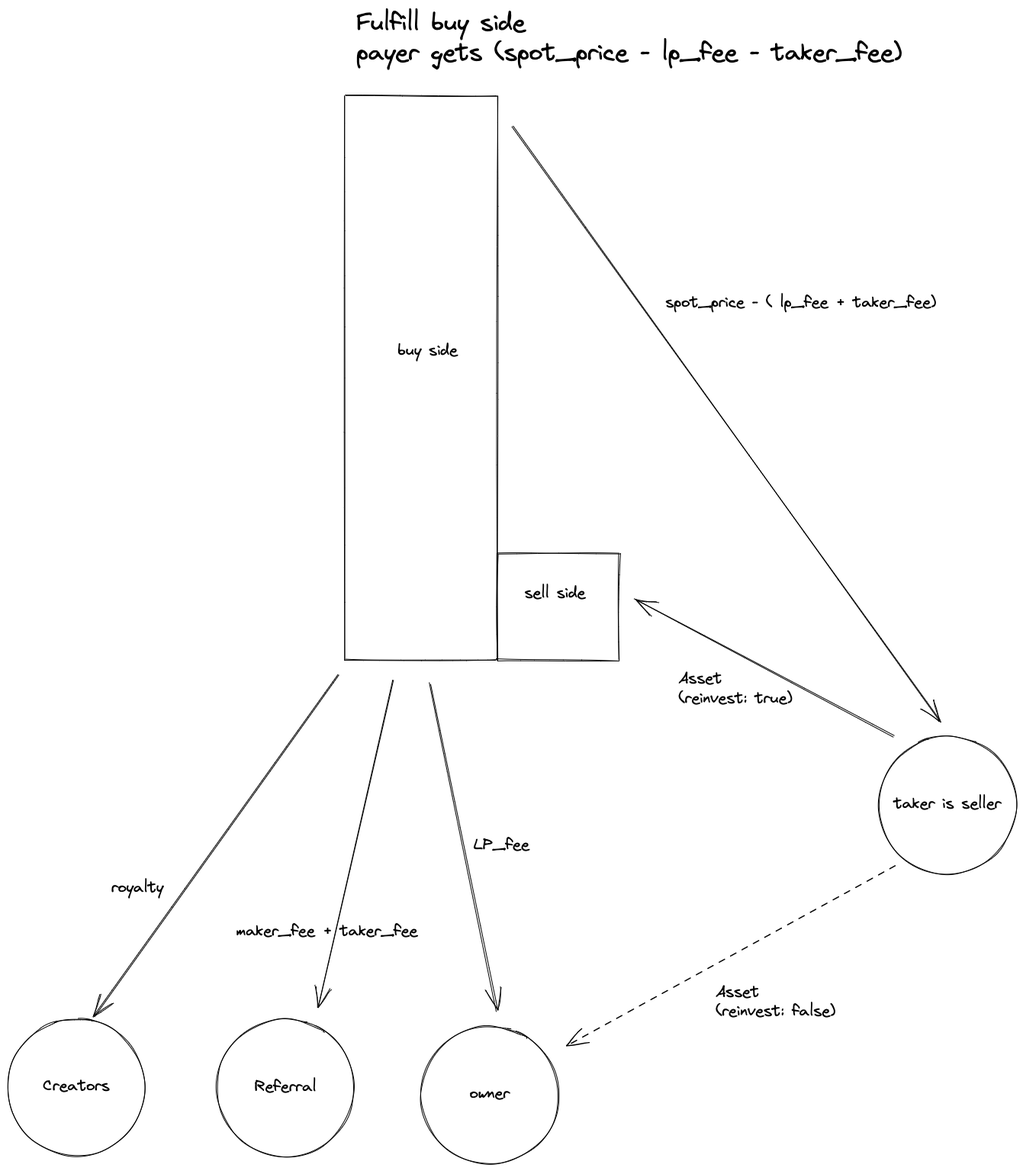
The Excalidraw diagram docs/fulfill_buy.excalidraw.png in me-foundation/mmm, before a commit. Source tidied: one line per element, renumbered; positions are measured from the earlier drawing's top-left corner, leaving out a move shared by most shapes.
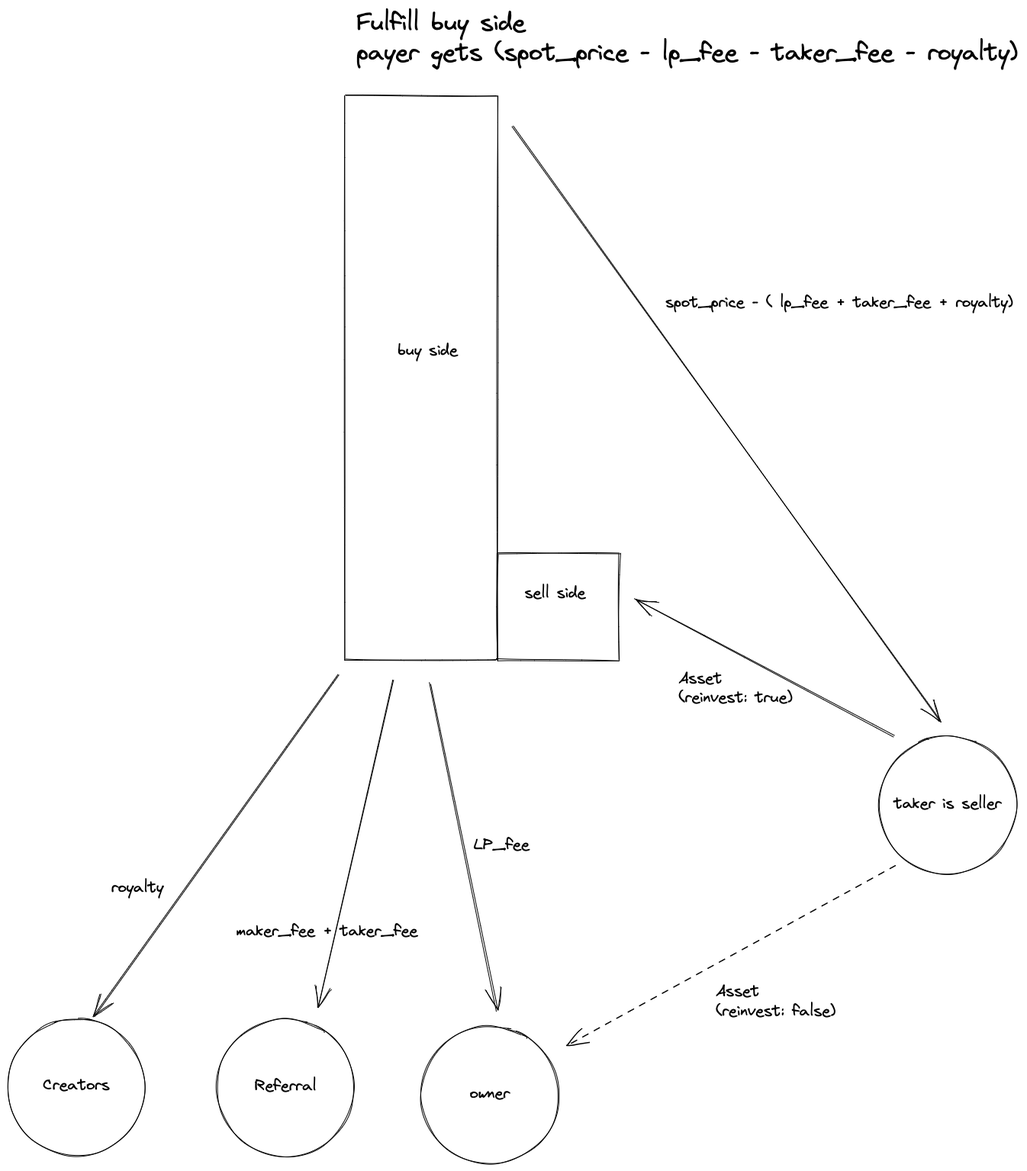
Above is the later version.

Commit message:
Make buyer pay royalties but show seller a lower offer price

The edit, as a diff of the source:
```diff
@@ -7,7 +7,7 @@
 {"id": 6, "type": "ellipse", "strokeColor": "#000000", "strokeWidth": 1, "roughness": 1, "x": 1142, "y": 956, "width": 180, "height": 180}
 {"id": 7, "type": "text", "text": "taker is seller", "strokeColor": "#000000", "strokeWidth": 1, "roughness": 1, "fontSize": 20, "fontFamily": 1, "textAlign": "center", "verticalAlign": "middle", "inside": 6, "x": 1147, "y": 1033, "width": 170, "height": 25}
 {"id": 8, "type": "arrow", "strokeColor": "#000000", "strokeWidth": 1, "roughness": 1, "endArrowhead": "arrow", "from": 0, "to": 6, "x": 662, "y": 156, "width": 560, "height": 780, "points": [[0, 0], [560, 780]]}
-{"id": 9, "type": "text", "text": "spot_price - ( lp_fee + taker_fee)", "strokeColor": "#000000", "strokeWidth": 1, "roughness": 1, "fontSize": 20, "fontFamily": 1, "x": 862, "y": 374, "width": 356, "height": 25}
+{"id": 9, "type": "text", "text": "spot_price - ( lp_fee + taker_fee + royalty)", "strokeColor": "#000000", "strokeWidth": 1, "roughness": 1, "fontSize": 20, "fontFamily": 1, "x": 862, "y": 374, "width": 457, "height": 25}
 {"id": 10, "type": "arrow", "strokeColor": "#000000", "strokeWidth": 1, "roughness": 1, "endArrowhead": "arrow", "from": 6, "to": 1, "x": 1162, "y": 956, "width": 340, "height": 180, "points": [[0, 0], [-340, -180]]}
 {"id": 11, "type": "text", "text": "Asset\n(reinvest: true)", "strokeColor": "#000000", "strokeWidth": 1, "roughness": 1, "fontSize": 20, "fontFamily": 1, "x": 879, "y": 868, "width": 150, "height": 51}
 {"id": 12, "type": "arrow", "strokeColor": "#000000", "strokeWidth": 1, "roughness": 1, "endArrowhead": "arrow", "from": 0, "to": 4, "x": 553, "y": 885, "width": 88, "height": 430, "points": [[0, 0], [88, 430]]}
@@ -18,7 +18,7 @@
 {"id": 17, "type": "text", "text": "maker_fee + taker_fee", "strokeColor": "#000000", "strokeWidth": 1, "roughness": 1, "fontSize": 20, "fontFamily": 1, "x": 300, "y": 1198, "width": 240, "height": 25}
 {"id": 18, "type": "arrow", "strokeColor": "#000000", "strokeWidth": 1, "strokeStyle": "dashed", "roughness": 1, "endArrowhead": "arrow", "from": 6, "to": 4, "x": 1162, "y": 1124, "width": 431, "height": 239, "points": [[0, 0], [-431, 239]]}
 {"id": 19, "type": "text", "text": "Asset\n(reinvest: false)", "strokeColor": "#000000", "strokeWidth": 1, "roughness": 1, "fontSize": 20, "fontFamily": 1, "x": 928, "y": 1278, "width": 158, "height": 51}
-{"id": 20, "type": "text", "text": "Fulfill buy side\npayer gets (spot_price - lp_fee - taker_fee)", "strokeColor": "#000000", "strokeWidth": 1, "strokeStyle": "dashed", "roughness": 1, "fontSize": 31.4, "fontFamily": 1, "x": 457, "y": 0, "width": 717, "height": 79}
+{"id": 20, "type": "text", "text": "Fulfill buy side\npayer gets (spot_price - lp_fee - taker_fee - royalty)", "strokeColor": "#000000", "strokeWidth": 1, "strokeStyle": "dashed", "roughness": 1, "fontSize": 31.4, "fontFamily": 1, "x": 457, "y": 0, "width": 869, "height": 79}
 {"id": 21, "type": "ellipse", "strokeColor": "#000000", "strokeWidth": 1, "roughness": 1, "x": 0, "y": 1325, "width": 180, "height": 180}
 {"id": 22, "type": "text", "text": "Creators", "strokeColor": "#000000", "strokeWidth": 1, "roughness": 1, "fontSize": 20, "fontFamily": 1, "textAlign": "center", "verticalAlign": "middle", "inside": 21, "x": 5, "y": 1403, "width": 170, "height": 25}
 {"id": 23, "type": "arrow", "strokeColor": "#000000", "strokeWidth": 1, "roughness": 1, "endArrowhead": "arrow", "from": 0, "to": 21, "x": 434, "y": 874, "width": 320, "height": 448, "points": [[0, 0], [-320, 448]]}
```
